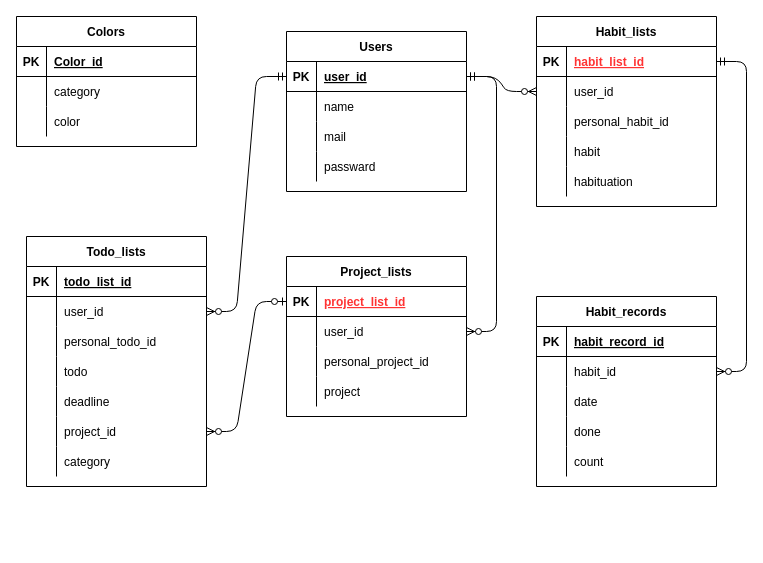
This is ER_diagram/Motiva_ER.drawio from pndnism/Motiva, a draw.io file, before an edit. Source tidied: cells renumbered, new cells numbered last; positions are measured from the earlier drawing's top-left corner, leaving out a move shared by most shapes. Both pictures are drawn from the tidied source at 100%, with x=0, y=0 at pixel (16, 16).
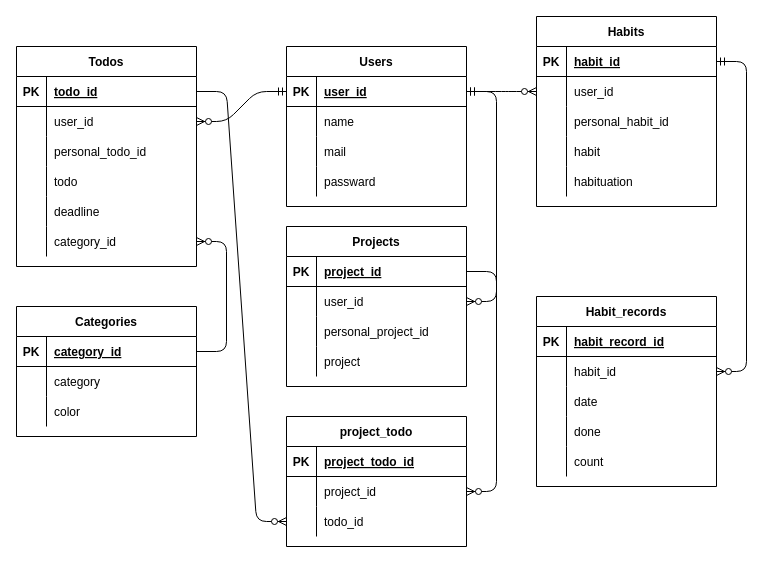
The same page after the edit.

Unchanged cells that the change refers to:
```xml
<mxCell id="16" style="shape=partialRectangle;fillColor=none;top=0;left=0;bottom=1;right=0;points=[[0,0.5],[1,0.5]];portConstraint=eastwest;" parent="15" vertex="1">
  <mxGeometry y="30" width="180" height="30" as="geometry" />
</mxCell>
<mxCell id="48" style="shape=partialRectangle;fillColor=none;top=0;left=0;bottom=1;right=0;points=[[0,0.5],[1,0.5]];portConstraint=eastwest;" parent="47" vertex="1">
  <mxGeometry y="30" width="180" height="30" as="geometry" />
</mxCell>
<mxCell id="61" style="shape=partialRectangle;fillColor=none;top=0;left=0;bottom=1;right=0;points=[[0,0.5],[1,0.5]];portConstraint=eastwest;" parent="60" vertex="1">
  <mxGeometry y="30" width="180" height="30" as="geometry" />
</mxCell>
<mxCell id="83" style="shape=partialRectangle;fillColor=none;top=0;left=0;bottom=1;right=0;points=[[0,0.5],[1,0.5]];portConstraint=eastwest;" parent="82" vertex="1">
  <mxGeometry y="30" width="180" height="30" as="geometry" />
</mxCell>
```

Diff of the diagram source:
```diff
@@
     <mxCell id="2" value="Users" style="shape=table;startSize=30;childLayout=tableLayout;rowLines=0;fontStyle=1;align=center;" parent="1" vertex="1">
-      <mxGeometry x="270" y="15" width="180" height="160" as="geometry" />
+      <mxGeometry x="270" y="30" width="180" height="160" as="geometry" />
     </mxCell>
@@
-    <mxCell id="15" value="Habit_lists" style="shape=table;startSize=30;childLayout=tableLayout;rowLines=0;fontStyle=1;align=center;" parent="1" vertex="1">
+    <mxCell id="15" value="Habits" style="shape=table;startSize=30;childLayout=tableLayout;rowLines=0;fontStyle=1;align=center;" parent="1" vertex="1">
       <mxGeometry x="520" width="180" height="190" as="geometry" />
     </mxCell>
@@
-    <mxCell id="18" value="habit_list_id" style="shape=partialRectangle;fillColor=none;top=0;left=0;bottom=0;right=0;align=left;spacingLeft=6;fontStyle=5;overflow=hidden;fontColor=#FF3333;" parent="16" vertex="1">
+    <mxCell id="18" value="habit_id" style="shape=partialRectangle;fillColor=none;top=0;left=0;bottom=0;right=0;align=left;spacingLeft=6;fontStyle=5;overflow=hidden;" parent="16" vertex="1">
       <mxGeometry x="30" width="150" height="30" as="geometry" />
     </mxCell>
@@
-    <mxCell id="47" value="Project_lists" style="shape=table;startSize=30;childLayout=tableLayout;rowLines=0;fontStyle=1;align=center;" parent="1" vertex="1">
-      <mxGeometry x="270" y="240" width="180" height="160" as="geometry" />
+    <mxCell id="47" value="Projects" style="shape=table;startSize=30;childLayout=tableLayout;rowLines=0;fontStyle=1;align=center;" parent="1" vertex="1">
+      <mxGeometry x="270" y="210" width="180" height="160" as="geometry" />
     </mxCell>
@@
-    <mxCell id="50" value="project_list_id" style="shape=partialRectangle;fillColor=none;top=0;left=0;bottom=0;right=0;align=left;spacingLeft=6;fontStyle=5;overflow=hidden;fontColor=#FF3333;" parent="48" vertex="1">
+    <mxCell id="50" value="project_id" style="shape=partialRectangle;fillColor=none;top=0;left=0;bottom=0;right=0;align=left;spacingLeft=6;fontStyle=5;overflow=hidden;" parent="48" vertex="1">
       <mxGeometry x="30" width="150" height="30" as="geometry" />
     </mxCell>
@@
-    <mxCell id="60" value="Todo_lists" style="shape=table;startSize=30;childLayout=tableLayout;rowLines=0;fontStyle=1;align=center;" parent="1" vertex="1">
-      <mxGeometry x="10" y="220" width="180" height="250" as="geometry" />
+    <mxCell id="60" value="Todos" style="shape=table;startSize=30;childLayout=tableLayout;rowLines=0;fontStyle=1;align=center;" parent="1" vertex="1">
+      <mxGeometry y="30" width="180" height="220" as="geometry" />
     </mxCell>
@@
-    <mxCell id="63" value="todo_list_id" style="shape=partialRectangle;fillColor=none;top=0;left=0;bottom=0;right=0;align=left;spacingLeft=6;fontStyle=5;overflow=hidden;" parent="61" vertex="1">
+    <mxCell id="63" value="todo_id" style="shape=partialRectangle;fillColor=none;top=0;left=0;bottom=0;right=0;align=left;spacingLeft=6;fontStyle=5;overflow=hidden;" parent="61" vertex="1">
       <mxGeometry x="30" width="150" height="30" as="geometry" />
     </mxCell>
@@
-    <mxCell id="76" style="shape=partialRectangle;fillColor=none;top=0;left=0;bottom=0;right=0;points=[[0,0.5],[1,0.5]];portConstraint=eastwest;" parent="60" vertex="1">
-      <mxGeometry y="180" width="180" height="30" as="geometry" />
-    </mxCell>
-    <mxCell id="77" style="shape=partialRectangle;fillColor=none;top=0;left=0;bottom=0;right=0;overflow=hidden;" parent="76" vertex="1">
-      <mxGeometry width="30" height="30" as="geometry" />
-    </mxCell>
-    <mxCell id="78" value="project_id" style="shape=partialRectangle;fillColor=none;top=0;left=0;bottom=0;right=0;align=left;spacingLeft=6;overflow=hidden;" parent="76" vertex="1">
-      <mxGeometry x="30" width="150" height="30" as="geometry" />
-    </mxCell>
     <mxCell id="79" style="shape=partialRectangle;fillColor=none;top=0;left=0;bottom=0;right=0;points=[[0,0.5],[1,0.5]];portConstraint=eastwest;" parent="60" vertex="1">
-      <mxGeometry y="210" width="180" height="30" as="geometry" />
+      <mxGeometry y="180" width="180" height="30" as="geometry" />
     </mxCell>
@@
-    <mxCell id="81" value="category" style="shape=partialRectangle;fillColor=none;top=0;left=0;bottom=0;right=0;align=left;spacingLeft=6;overflow=hidden;" parent="79" vertex="1">
+    <mxCell id="81" value="category_id" style="shape=partialRectangle;fillColor=none;top=0;left=0;bottom=0;right=0;align=left;spacingLeft=6;overflow=hidden;" parent="79" vertex="1">
       <mxGeometry x="30" width="150" height="30" as="geometry" />
     </mxCell>
-    <mxCell id="82" value="Colors" style="shape=table;startSize=30;childLayout=tableLayout;rowLines=0;fontStyle=1;align=center;" parent="1" vertex="1">
-      <mxGeometry width="180" height="130" as="geometry" />
+    <mxCell id="82" value="Categories" style="shape=table;startSize=30;childLayout=tableLayout;rowLines=0;fontStyle=1;align=center;" parent="1" vertex="1">
+      <mxGeometry y="290" width="180" height="130" as="geometry" />
     </mxCell>
@@
-    <mxCell id="85" value="Color_id" style="shape=partialRectangle;fillColor=none;top=0;left=0;bottom=0;right=0;align=left;spacingLeft=6;fontStyle=5;overflow=hidden;" parent="83" vertex="1">
+    <mxCell id="85" value="category_id" style="shape=partialRectangle;fillColor=none;top=0;left=0;bottom=0;right=0;align=left;spacingLeft=6;fontStyle=5;overflow=hidden;" parent="83" vertex="1">
       <mxGeometry x="30" width="150" height="30" as="geometry" />
     </mxCell>
@@
-    <mxCell id="92" style="edgeStyle=entityRelationEdgeStyle;fontSize=12;html=1;endArrow=ERzeroToMany;startArrow=ERzeroToOne;strokeColor=#000000;entryX=1;entryY=0.5;entryDx=0;entryDy=0;exitX=0;exitY=0.5;exitDx=0;exitDy=0;" parent="1" edge="1" source="48" target="76">
-      <mxGeometry relative="1" as="geometry" />
-    </mxCell>
@@
+    <mxCell id="97" value="project_todo" style="shape=table;startSize=30;childLayout=tableLayout;rowLines=0;fontStyle=1;align=center;" parent="1" vertex="1">
+      <mxGeometry x="270" y="400" width="180" height="130" as="geometry" />
+    </mxCell>
+    <mxCell id="98" style="shape=partialRectangle;fillColor=none;top=0;left=0;bottom=1;right=0;" parent="97" vertex="1">
+      <mxGeometry y="30" width="180" height="30" as="geometry" />
+    </mxCell>
+    <mxCell id="99" value="PK" style="shape=partialRectangle;fillColor=none;top=0;left=0;bottom=0;right=0;fontStyle=1;overflow=hidden;" parent="98" vertex="1">
+      <mxGeometry width="30" height="30" as="geometry" />
+    </mxCell>
+    <mxCell id="100" value="project_todo_id" style="shape=partialRectangle;fillColor=none;top=0;left=0;bottom=0;right=0;align=left;spacingLeft=6;fontStyle=5;overflow=hidden;" parent="98" vertex="1">
+      <mxGeometry x="30" width="150" height="30" as="geometry" />
+    </mxCell>
+    <mxCell id="101" style="shape=partialRectangle;fillColor=none;top=0;left=0;bottom=0;right=0;points=[[0,0.5],[1,0.5]];portConstraint=eastwest;" parent="97" vertex="1">
+      <mxGeometry y="60" width="180" height="30" as="geometry" />
+    </mxCell>
+    <mxCell id="102" style="shape=partialRectangle;fillColor=none;top=0;left=0;bottom=0;right=0;overflow=hidden;" parent="101" vertex="1">
+      <mxGeometry width="30" height="30" as="geometry" />
+    </mxCell>
+    <mxCell id="78" value="project_id" style="shape=partialRectangle;fillColor=none;top=0;left=0;bottom=0;right=0;align=left;spacingLeft=6;overflow=hidden;" parent="101" vertex="1">
+      <mxGeometry x="30" width="150" height="30" as="geometry" />
+    </mxCell>
+    <mxCell id="103" style="shape=partialRectangle;fillColor=none;top=0;left=0;bottom=0;right=0;points=[[0,0.5],[1,0.5]];portConstraint=eastwest;" parent="97" vertex="1">
+      <mxGeometry y="90" width="180" height="30" as="geometry" />
+    </mxCell>
+    <mxCell id="104" style="shape=partialRectangle;fillColor=none;top=0;left=0;bottom=0;right=0;overflow=hidden;" parent="103" vertex="1">
+      <mxGeometry width="30" height="30" as="geometry" />
+    </mxCell>
+    <mxCell id="105" value="todo_id" style="shape=partialRectangle;fillColor=none;top=0;left=0;bottom=0;right=0;align=left;spacingLeft=6;overflow=hidden;" parent="103" vertex="1">
+      <mxGeometry x="30" width="150" height="30" as="geometry" />
+    </mxCell>
+    <mxCell id="106" style="edgeStyle=entityRelationEdgeStyle;fontSize=12;html=1;endArrow=ERzeroToMany;endFill=1;entryX=1;entryY=0.5;entryDx=0;entryDy=0;exitX=1;exitY=0.5;exitDx=0;exitDy=0;" parent="1" edge="1" source="48" target="101">
+      <mxGeometry relative="1" as="geometry" />
+    </mxCell>
+    <mxCell id="107" style="edgeStyle=entityRelationEdgeStyle;fontSize=12;html=1;endArrow=ERzeroToMany;endFill=1;entryX=0;entryY=0.5;entryDx=0;entryDy=0;" parent="1" edge="1" source="61" target="103">
+      <mxGeometry relative="1" as="geometry" />
+    </mxCell>
+    <mxCell id="108" style="edgeStyle=entityRelationEdgeStyle;fontSize=12;html=1;endArrow=ERzeroToMany;endFill=1;entryX=1;entryY=0.5;entryDx=0;entryDy=0;exitX=1;exitY=0.5;exitDx=0;exitDy=0;" parent="1" edge="1" source="83" target="79">
+      <mxGeometry relative="1" as="geometry" />
+    </mxCell>
```
